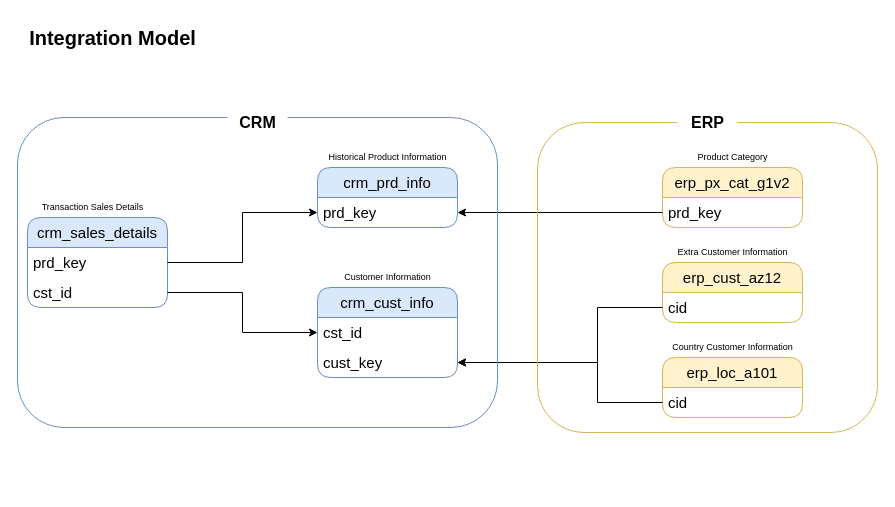
mimot/sql-data-warehouse-project keeps this draw.io diagram as docs/Integration Model.drawio. Above is the earlier version. Source tidied: cells renumbered, new cells numbered last; positions are measured from the earlier drawing's top-left corner, leaving out a move shared by most shapes. Both pictures are drawn from the tidied source at 100%, with x=0, y=0 at pixel (17, 17).
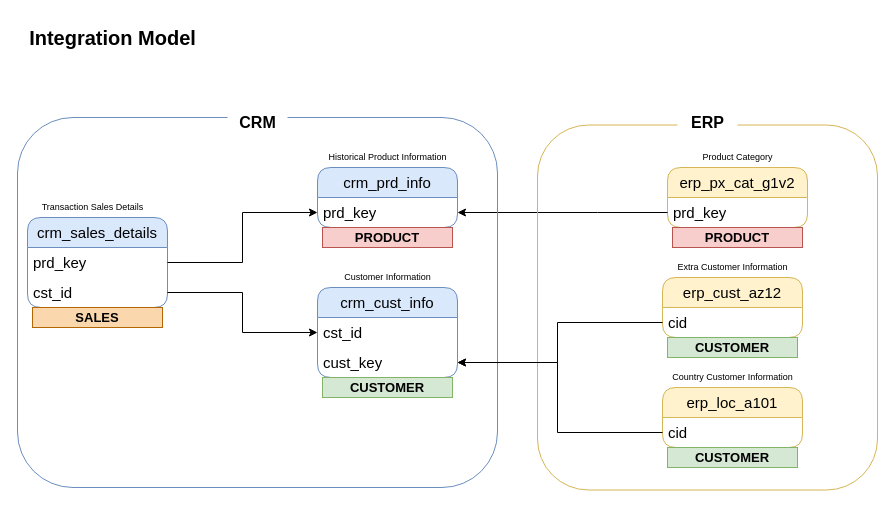
The same diagram, later.

Unchanged cells that the change refers to:
```xml
<mxCell id="4" value="cust_key" style="text;strokeColor=none;fillColor=none;align=left;verticalAlign=middle;spacingLeft=4;spacingRight=4;overflow=hidden;points=[[0,0.5],[1,0.5]];portConstraint=eastwest;whiteSpace=wrap;html=1;fontSize=15;" parent="2" vertex="1">
  <mxGeometry y="60" width="140" height="30" as="geometry" />
</mxCell>
<mxCell id="6" value="prd_key" style="text;strokeColor=none;fillColor=none;align=left;verticalAlign=middle;spacingLeft=4;spacingRight=4;overflow=hidden;points=[[0,0.5],[1,0.5]];portConstraint=eastwest;whiteSpace=wrap;html=1;fontSize=15;" parent="5" vertex="1">
  <mxGeometry y="30" width="140" height="30" as="geometry" />
</mxCell>
<mxCell id="11" value="cid" style="text;strokeColor=none;fillColor=none;align=left;verticalAlign=middle;spacingLeft=4;spacingRight=4;overflow=hidden;points=[[0,0.5],[1,0.5]];portConstraint=eastwest;whiteSpace=wrap;html=1;fontSize=15;" parent="10" vertex="1">
  <mxGeometry y="30" width="140" height="30" as="geometry" />
</mxCell>
<mxCell id="13" value="cid" style="text;strokeColor=none;fillColor=none;align=left;verticalAlign=middle;spacingLeft=4;spacingRight=4;overflow=hidden;points=[[0,0.5],[1,0.5]];portConstraint=eastwest;whiteSpace=wrap;html=1;fontSize=15;" parent="12" vertex="1">
  <mxGeometry y="30" width="140" height="30" as="geometry" />
</mxCell>
<mxCell id="15" value="prd_key" style="text;strokeColor=none;fillColor=none;align=left;verticalAlign=middle;spacingLeft=4;spacingRight=4;overflow=hidden;points=[[0,0.5],[1,0.5]];portConstraint=eastwest;whiteSpace=wrap;html=1;fontSize=15;" parent="14" vertex="1">
  <mxGeometry y="30" width="140" height="30" as="geometry" />
</mxCell>
```

Diff of the diagram source:
```diff
@@
     <mxCell id="10" value="erp_cust_az12" style="swimlane;fontStyle=0;horizontal=1;startSize=30;whiteSpace=wrap;html=1;rounded=1;fontSize=15;fillColor=#fff2cc;strokeColor=#d6b656;" parent="1" vertex="1">
-      <mxGeometry x="645" y="245" width="140" height="60" as="geometry" />
+      <mxGeometry x="645" y="260" width="140" height="60" as="geometry" />
     </mxCell>
@@
     <mxCell id="12" value="erp_loc_a101" style="swimlane;fontStyle=0;horizontal=1;startSize=30;whiteSpace=wrap;html=1;rounded=1;fontSize=15;fillColor=#fff2cc;strokeColor=#d6b656;" parent="1" vertex="1">
-      <mxGeometry x="645" y="340" width="140" height="60" as="geometry" />
+      <mxGeometry x="645" y="370" width="140" height="60" as="geometry" />
     </mxCell>
@@
     <mxCell id="14" value="erp_px_cat_g1v2" style="swimlane;fontStyle=0;horizontal=1;startSize=30;whiteSpace=wrap;html=1;rounded=1;fontSize=15;fillColor=#fff2cc;strokeColor=#d6b656;" parent="1" vertex="1">
-      <mxGeometry x="645" y="150" width="140" height="60" as="geometry" />
+      <mxGeometry x="650" y="150" width="140" height="60" as="geometry" />
     </mxCell>
@@
     <mxCell id="21" style="edgeStyle=orthogonalEdgeStyle;rounded=0;jettySize=auto;html=1;exitX=0;exitY=0.5;exitDx=0;exitDy=0;entryX=1;entryY=0.5;entryDx=0;entryDy=0;" parent="1" edge="1" source="11" target="4">
       <mxGeometry relative="1" as="geometry">
         <Array as="points">
-          <mxPoint x="580" y="290" />
-          <mxPoint x="580" y="345" />
+          <mxPoint x="540" y="305" />
+          <mxPoint x="540" y="345" />
         </Array>
       </mxGeometry>
     </mxCell>
     <mxCell id="22" value="Extra Customer Information" style="text;html=1;align=center;verticalAlign=middle;strokeColor=none;fillColor=none;fontSize=9;" parent="1" vertex="1">
-      <mxGeometry x="650" y="225" width="130" height="20" as="geometry" />
+      <mxGeometry x="650" y="240" width="130" height="20" as="geometry" />
     </mxCell>
-    <mxCell id="23" style="edgeStyle=orthogonalEdgeStyle;rounded=0;jettySize=auto;html=1;entryX=1;entryY=0.5;entryDx=0;entryDy=0;" parent="1" edge="1" source="13" target="4">
-      <mxGeometry relative="1" as="geometry">
-        <Array as="points">
-          <mxPoint x="580" y="385" />
-          <mxPoint x="580" y="345" />
-        </Array>
-      </mxGeometry>
-    </mxCell>
     <mxCell id="24" value="Country Customer Information" style="text;html=1;align=center;verticalAlign=middle;strokeColor=none;fillColor=none;fontSize=9;" parent="1" vertex="1">
-      <mxGeometry x="645" y="320" width="140" height="20" as="geometry" />
+      <mxGeometry x="645" y="350" width="140" height="20" as="geometry" />
     </mxCell>
     <mxCell id="25" style="edgeStyle=orthogonalEdgeStyle;rounded=0;jettySize=auto;html=1;exitX=0;exitY=0.5;exitDx=0;exitDy=0;entryX=1;entryY=0.5;entryDx=0;entryDy=0;" parent="1" edge="1" source="15" target="6">
       <mxGeometry relative="1" as="geometry">
         <Array as="points">
-          <mxPoint x="640" y="195" />
+          <mxPoint x="580" y="195" />
+          <mxPoint x="580" y="195" />
         </Array>
       </mxGeometry>
     </mxCell>
     <mxCell id="26" value="Product Category" style="text;html=1;align=center;verticalAlign=middle;strokeColor=none;fillColor=none;fontSize=9;" parent="1" vertex="1">
-      <mxGeometry x="670" y="130" width="90" height="20" as="geometry" />
+      <mxGeometry x="675" y="130" width="90" height="20" as="geometry" />
     </mxCell>
     <mxCell id="27" style="rounded=1;whiteSpace=wrap;html=1;fillColor=none;strokeColor=#6c8ebf;fillStyle=auto;" parent="1" vertex="1">
-      <mxGeometry y="100" width="480" height="310" as="geometry" />
+      <mxGeometry y="100" width="480" height="370" as="geometry" />
     </mxCell>
     <mxCell id="28" style="rounded=1;whiteSpace=wrap;html=1;fillColor=none;strokeColor=#d6b656;fillStyle=auto;" parent="1" vertex="1">
-      <mxGeometry x="520" y="105" width="340" height="310" as="geometry" />
+      <mxGeometry x="520" y="107.5" width="340" height="365" as="geometry" />
     </mxCell>
@@
+    <mxCell id="32" value="PRODUCT" style="text;html=1;strokeColor=#b85450;fillColor=#f8cecc;align=center;verticalAlign=middle;whiteSpace=wrap;overflow=hidden;fontSize=13;fontStyle=1;" parent="1" vertex="1">
+      <mxGeometry x="305" y="210" width="130" height="20" as="geometry" />
+    </mxCell>
+    <mxCell id="23" style="edgeStyle=orthogonalEdgeStyle;rounded=0;jettySize=auto;html=1;exitX=0;exitY=0.5;exitDx=0;exitDy=0;entryX=1;entryY=0.5;entryDx=0;entryDy=0;" parent="1" edge="1" source="13" target="4">
+      <mxGeometry relative="1" as="geometry">
+        <Array as="points">
+          <mxPoint x="540" y="415" />
+          <mxPoint x="540" y="345" />
+        </Array>
+      </mxGeometry>
+    </mxCell>
+    <mxCell id="33" value="PRODUCT" style="text;html=1;strokeColor=#b85450;fillColor=#f8cecc;align=center;verticalAlign=middle;whiteSpace=wrap;overflow=hidden;fontSize=13;fontStyle=1;rounded=0;" parent="1" vertex="1">
+      <mxGeometry x="655" y="210" width="130" height="20" as="geometry" />
+    </mxCell>
+    <mxCell id="34" value="CUSTOMER" style="text;html=1;strokeColor=#82b366;fillColor=#d5e8d4;align=center;verticalAlign=middle;whiteSpace=wrap;overflow=hidden;fontSize=13;fontStyle=1;" parent="1" vertex="1">
+      <mxGeometry x="305" y="360" width="130" height="20" as="geometry" />
+    </mxCell>
+    <mxCell id="35" value="CUSTOMER" style="text;html=1;strokeColor=#82b366;fillColor=#d5e8d4;align=center;verticalAlign=middle;whiteSpace=wrap;overflow=hidden;fontSize=13;fontStyle=1;" parent="1" vertex="1">
+      <mxGeometry x="650" y="320" width="130" height="20" as="geometry" />
+    </mxCell>
+    <mxCell id="36" value="CUSTOMER" style="text;html=1;strokeColor=#82b366;fillColor=#d5e8d4;align=center;verticalAlign=middle;whiteSpace=wrap;overflow=hidden;fontSize=13;fontStyle=1;" parent="1" vertex="1">
+      <mxGeometry x="650" y="430" width="130" height="20" as="geometry" />
+    </mxCell>
+    <mxCell id="37" value="SALES" style="text;html=1;strokeColor=#b46504;fillColor=#fad7ac;align=center;verticalAlign=middle;whiteSpace=wrap;overflow=hidden;fontSize=13;fontStyle=1;" parent="1" vertex="1">
+      <mxGeometry x="15" y="290" width="130" height="20" as="geometry" />
+    </mxCell>
```
